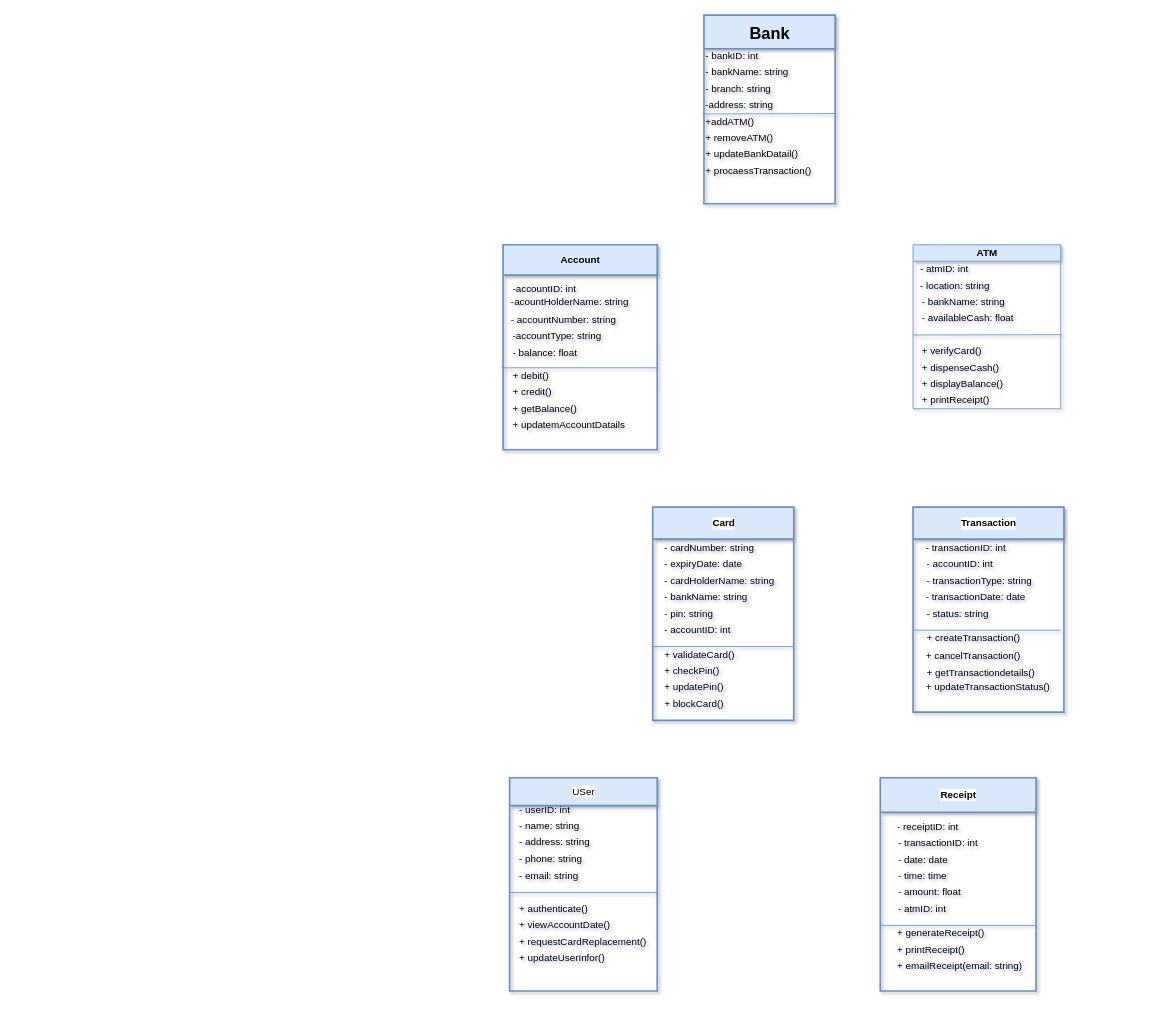
Before: atm-class-diagram.drawio in izu-dev/fedbacksyst, a draw.io diagram. Source tidied: cells renumbered, new cells numbered last; positions are measured from the earlier drawing's top-left corner, leaving out a move shared by most shapes. Both pictures are drawn from the tidied source at 82%, with x=0, y=0 at pixel (501, 15).
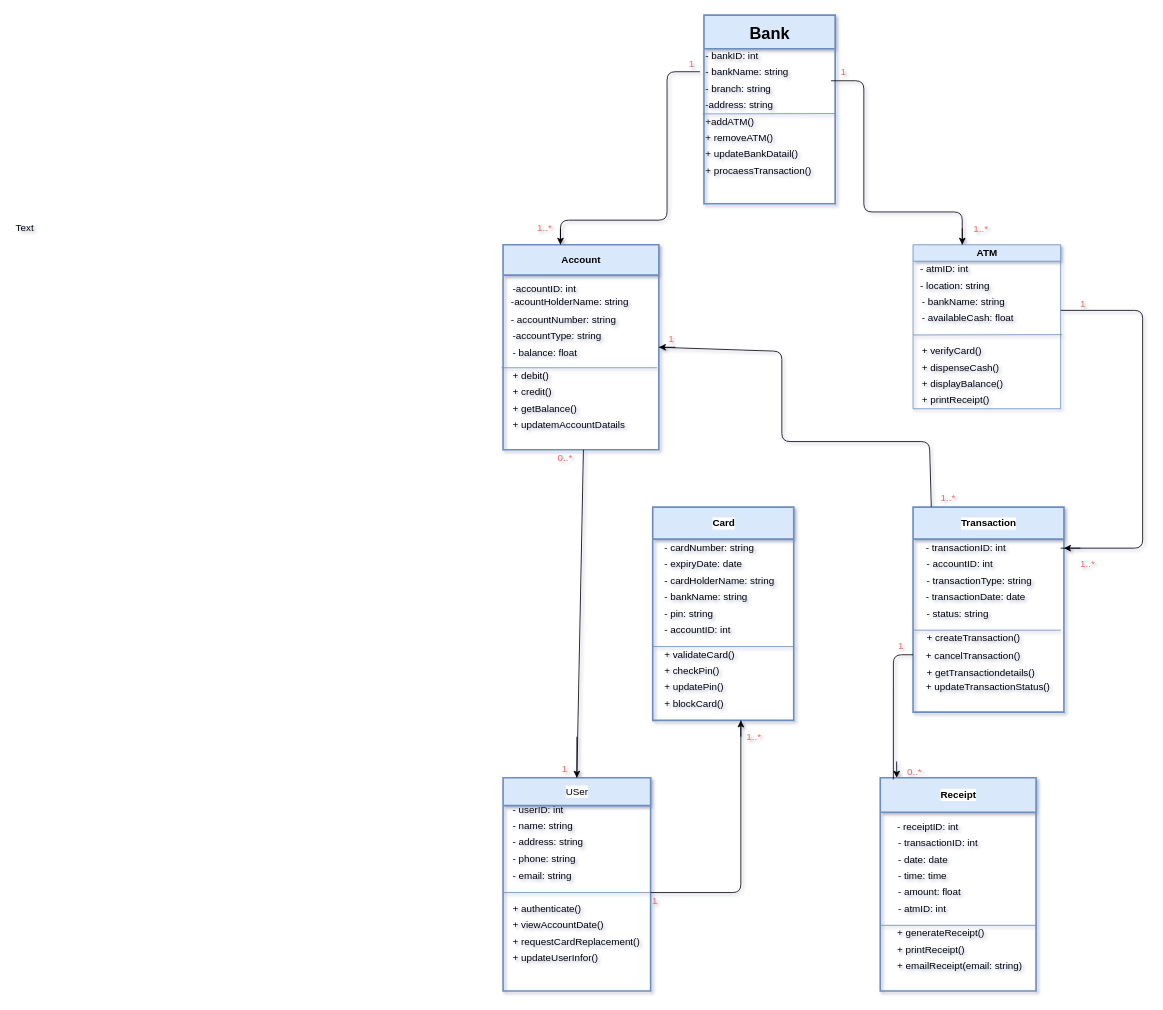
The same page after the edit.

The change refers to these unchanged cells:
```xml
<mxCell id="4" value="- bankName: string" style="text;html=1;points=[];align=left;verticalAlign=top;spacingTop=-4;fontSize=12;" parent="3" vertex="1">
  <mxGeometry y="60" width="180" height="30" as="geometry" />
</mxCell>
<mxCell id="24" value="ATM" style="swimlane;html=1;startSize=20;horizontal=1;containerType=tree;fillColor=#dae8fc;strokeColor=#6c8ebf;" parent="1" vertex="1">
  <mxGeometry x="502" y="280" width="180" height="200" as="geometry" />
</mxCell>
<mxCell id="45" value="Receipt" style="swimlane;html=1;startSize=42;horizontal=1;containerType=tree;labelBackgroundColor=#ffffff;strokeWidth=2;fontSize=12;align=center;fillColor=#dae8fc;strokeColor=#6c8ebf;" parent="1" vertex="1">
  <mxGeometry x="462" y="930" width="190" height="260" as="geometry" />
</mxCell>
<mxCell id="68" value="Transaction" style="swimlane;html=1;startSize=39;horizontal=1;containerType=tree;labelBackgroundColor=#ffffff;strokeWidth=2;fontSize=12;align=center;fillColor=#dae8fc;strokeColor=#6c8ebf;" parent="1" vertex="1">
  <mxGeometry x="502" y="600" width="184" height="250" as="geometry" />
</mxCell>
```

What changed in the source:
```diff
@@
     <mxCell id="13" value="Account" style="swimlane;html=1;startSize=37;horizontal=1;containerType=tree;strokeWidth=2;fontSize=12;textDirection=rtl;align=center;fillColor=#dae8fc;strokeColor=#6c8ebf;" parent="1" vertex="1">
-      <mxGeometry x="2" y="280" width="188" height="250" as="geometry" />
+      <mxGeometry x="2" y="280" width="190" height="250" as="geometry" />
     </mxCell>
@@
     <mxCell id="34" value="&lt;span style=&quot;font-weight: 400&quot;&gt;USer&lt;/span&gt;" style="swimlane;html=1;startSize=34;horizontal=1;containerType=tree;labelBackgroundColor=#ffffff;strokeWidth=2;fontSize=12;align=center;fillColor=#dae8fc;strokeColor=#6c8ebf;" parent="1" vertex="1">
-      <mxGeometry x="10" y="930" width="180" height="260" as="geometry" />
+      <mxGeometry x="2" y="930" width="180" height="260" as="geometry" />
     </mxCell>
@@
+    <mxCell id="79" style="endArrow=none;html=1;entryX=0.121;entryY=-0.002;entryDx=0;entryDy=0;entryPerimeter=0;exitX=1;exitY=0.5;exitDx=0;exitDy=0;" parent="1" edge="1" source="13" target="68">
+      <mxGeometry relative="1" as="geometry">
+        <Array as="points">
+          <mxPoint x="342" y="410" />
+          <mxPoint x="342" y="520" />
+          <mxPoint x="522" y="520" />
+        </Array>
+      </mxGeometry>
+    </mxCell>
+    <mxCell id="80" value="Text" style="text;html=1;align=left;verticalAlign=top;spacingTop=-4;" parent="1" vertex="1">
+      <mxGeometry x="-594" y="250" width="40" height="20" as="geometry" />
+    </mxCell>
+    <mxCell id="81" style="endArrow=none;html=1;entryX=0.333;entryY=0;entryDx=0;entryDy=0;entryPerimeter=0;exitX=0.861;exitY=0.667;exitDx=0;exitDy=0;exitPerimeter=0;" parent="1" edge="1" source="4" target="24">
+      <mxGeometry relative="1" as="geometry">
+        <Array as="points">
+          <mxPoint x="442" y="80" />
+          <mxPoint x="442" y="240" />
+          <mxPoint x="562" y="240" />
+        </Array>
+      </mxGeometry>
+    </mxCell>
+    <mxCell id="82" style="endArrow=none;html=1;exitX=0.368;exitY=-0.001;exitDx=0;exitDy=0;exitPerimeter=0;" parent="1" edge="1" source="13">
+      <mxGeometry relative="1" as="geometry">
+        <mxPoint x="242" y="69" as="targetPoint" />
+        <Array as="points">
+          <mxPoint x="72" y="250" />
+          <mxPoint x="202" y="250" />
+          <mxPoint x="202" y="69" />
+        </Array>
+      </mxGeometry>
+    </mxCell>
+    <mxCell id="83" style="endArrow=none;html=1;exitX=0.5;exitY=0;exitDx=0;exitDy=0;" parent="1" edge="1" source="34">
+      <mxGeometry relative="1" as="geometry">
+        <mxPoint x="100" y="530" as="targetPoint" />
+      </mxGeometry>
+    </mxCell>
+    <mxCell id="84" style="endArrow=none;html=1;" parent="1" edge="1">
+      <mxGeometry relative="1" as="geometry">
+        <mxPoint x="182" y="1070" as="sourcePoint" />
+        <mxPoint x="292" y="860" as="targetPoint" />
+        <Array as="points">
+          <mxPoint x="292" y="1070" />
+        </Array>
+      </mxGeometry>
+    </mxCell>
+    <mxCell id="85" style="endArrow=none;html=1;exitX=0.084;exitY=0.008;exitDx=0;exitDy=0;exitPerimeter=0;" parent="1" edge="1" source="45">
+      <mxGeometry relative="1" as="geometry">
+        <mxPoint x="502" y="780" as="targetPoint" />
+        <Array as="points">
+          <mxPoint x="478" y="780" />
+        </Array>
+      </mxGeometry>
+    </mxCell>
+    <mxCell id="86" style="endArrow=none;html=1;" parent="1" edge="1">
+      <mxGeometry relative="1" as="geometry">
+        <mxPoint x="682" y="650" as="sourcePoint" />
+        <mxPoint x="682" y="360" as="targetPoint" />
+        <Array as="points">
+          <mxPoint x="782" y="650" />
+          <mxPoint x="782" y="360" />
+        </Array>
+      </mxGeometry>
+    </mxCell>
+    <mxCell id="87" style="endArrow=classic;html=1;" parent="1" edge="1" source="104">
+      <mxGeometry relative="1" as="geometry">
+        <mxPoint x="92" y="930" as="targetPoint" />
+      </mxGeometry>
+    </mxCell>
+    <mxCell id="88" style="endArrow=classic;html=1;" parent="1" edge="1">
+      <mxGeometry relative="1" as="geometry">
+        <mxPoint x="72" y="260" as="sourcePoint" />
+        <mxPoint x="72" y="280" as="targetPoint" />
+      </mxGeometry>
+    </mxCell>
+    <mxCell id="89" style="endArrow=classic;html=1;" parent="1" edge="1">
+      <mxGeometry relative="1" as="geometry">
+        <mxPoint x="562" y="260" as="sourcePoint" />
+        <mxPoint x="562" y="280" as="targetPoint" />
+      </mxGeometry>
+    </mxCell>
+    <mxCell id="90" style="endArrow=classic;html=1;" parent="1" edge="1">
+      <mxGeometry relative="1" as="geometry">
+        <mxPoint x="212" y="405" as="sourcePoint" />
+        <mxPoint x="192" y="405" as="targetPoint" />
+      </mxGeometry>
+    </mxCell>
+    <mxCell id="91" style="endArrow=classic;html=1;" parent="1" edge="1">
+      <mxGeometry relative="1" as="geometry">
+        <mxPoint x="292" y="880" as="sourcePoint" />
+        <mxPoint x="292" y="860" as="targetPoint" />
+      </mxGeometry>
+    </mxCell>
+    <mxCell id="92" style="endArrow=classic;html=1;" parent="1" edge="1">
+      <mxGeometry relative="1" as="geometry">
+        <mxPoint x="706" y="650" as="sourcePoint" />
+        <mxPoint x="686" y="650" as="targetPoint" />
+      </mxGeometry>
+    </mxCell>
+    <mxCell id="93" style="endArrow=classic;html=1;" parent="1" edge="1">
+      <mxGeometry relative="1" as="geometry">
+        <mxPoint x="482" y="910" as="sourcePoint" />
+        <mxPoint x="482" y="930" as="targetPoint" />
+      </mxGeometry>
+    </mxCell>
+    <mxCell id="94" value="&lt;font color=&quot;#ea6b66&quot;&gt;1&lt;/font&gt;" style="text;html=1;align=left;verticalAlign=top;spacingTop=-4;" parent="1" vertex="1">
+      <mxGeometry x="412" y="60" width="20" height="20" as="geometry" />
+    </mxCell>
+    <mxCell id="95" value="&lt;font color=&quot;#ea6b66&quot;&gt;1&lt;/font&gt;" style="text;html=1;align=left;verticalAlign=top;spacingTop=-4;" parent="1" vertex="1">
+      <mxGeometry x="227" y="50" width="20" height="20" as="geometry" />
+    </mxCell>
+    <mxCell id="96" value="1..*" style="text;html=1;align=left;verticalAlign=top;spacingTop=-4;fontColor=#EA6B66;" parent="1" vertex="1">
+      <mxGeometry x="42" y="250" width="30" height="20" as="geometry" />
+    </mxCell>
+    <mxCell id="97" value="&lt;font color=&quot;#ea6b66&quot;&gt;1..*&lt;/font&gt;" style="text;html=1;align=left;verticalAlign=top;spacingTop=-4;" parent="1" vertex="1">
+      <mxGeometry x="574" y="251" width="30" height="20" as="geometry" />
+    </mxCell>
+    <mxCell id="98" value="1" style="text;html=1;align=left;verticalAlign=top;spacingTop=-4;fontColor=#EA6B66;" parent="1" vertex="1">
+      <mxGeometry x="704" y="342" width="20" height="20" as="geometry" />
+    </mxCell>
+    <mxCell id="99" value="1..*" style="text;html=1;align=left;verticalAlign=top;spacingTop=-4;fontColor=#EA6B66;" parent="1" vertex="1">
+      <mxGeometry x="704" y="660" width="30" height="20" as="geometry" />
+    </mxCell>
+    <mxCell id="100" value="1" style="text;html=1;align=left;verticalAlign=top;spacingTop=-4;fontColor=#EA6B66;" parent="1" vertex="1">
+      <mxGeometry x="482" y="760" width="20" height="20" as="geometry" />
+    </mxCell>
+    <mxCell id="101" value="0..*" style="text;html=1;align=left;verticalAlign=top;spacingTop=-4;fontColor=#EA6B66;" parent="1" vertex="1">
+      <mxGeometry x="493" y="913" width="30" height="20" as="geometry" />
+    </mxCell>
+    <mxCell id="102" value="1..*" style="text;html=1;align=left;verticalAlign=top;spacingTop=-4;fontColor=#EA6B66;" parent="1" vertex="1">
+      <mxGeometry x="297" y="870" width="30" height="20" as="geometry" />
+    </mxCell>
+    <mxCell id="103" value="1" style="text;html=1;align=left;verticalAlign=top;spacingTop=-4;fontColor=#EA6B66;" parent="1" vertex="1">
+      <mxGeometry x="182" y="1070" width="20" height="20" as="geometry" />
+    </mxCell>
+    <mxCell id="104" value="1" style="text;html=1;points=[];align=left;verticalAlign=top;spacingTop=-4;fontColor=#EA6B66;" parent="1" vertex="1">
+      <mxGeometry x="72" y="910" width="20" height="20" as="geometry" />
+    </mxCell>
+    <mxCell id="105" style="endArrow=classic;html=1;entryX=0.5;entryY=0;entryDx=0;entryDy=0;" parent="1" edge="1" target="34">
+      <mxGeometry relative="1" as="geometry">
+        <mxPoint x="92" y="880" as="sourcePoint" />
+      </mxGeometry>
+    </mxCell>
+    <mxCell id="106" value="0..*" style="text;html=1;align=left;verticalAlign=top;spacingTop=-4;fontColor=#EA6B66;" parent="1" vertex="1">
+      <mxGeometry x="67" y="530" width="30" height="20" as="geometry" />
+    </mxCell>
+    <mxCell id="107" value="1" style="text;html=1;align=left;verticalAlign=top;spacingTop=-4;fontColor=#EA6B66;" parent="1" vertex="1">
+      <mxGeometry x="202" y="385" width="20" height="20" as="geometry" />
+    </mxCell>
+    <mxCell id="108" value="1..*" style="text;html=1;align=left;verticalAlign=top;spacingTop=-4;fontColor=#EA6B66;" parent="1" vertex="1">
+      <mxGeometry x="534" y="579" width="30" height="20" as="geometry" />
+    </mxCell>
```
